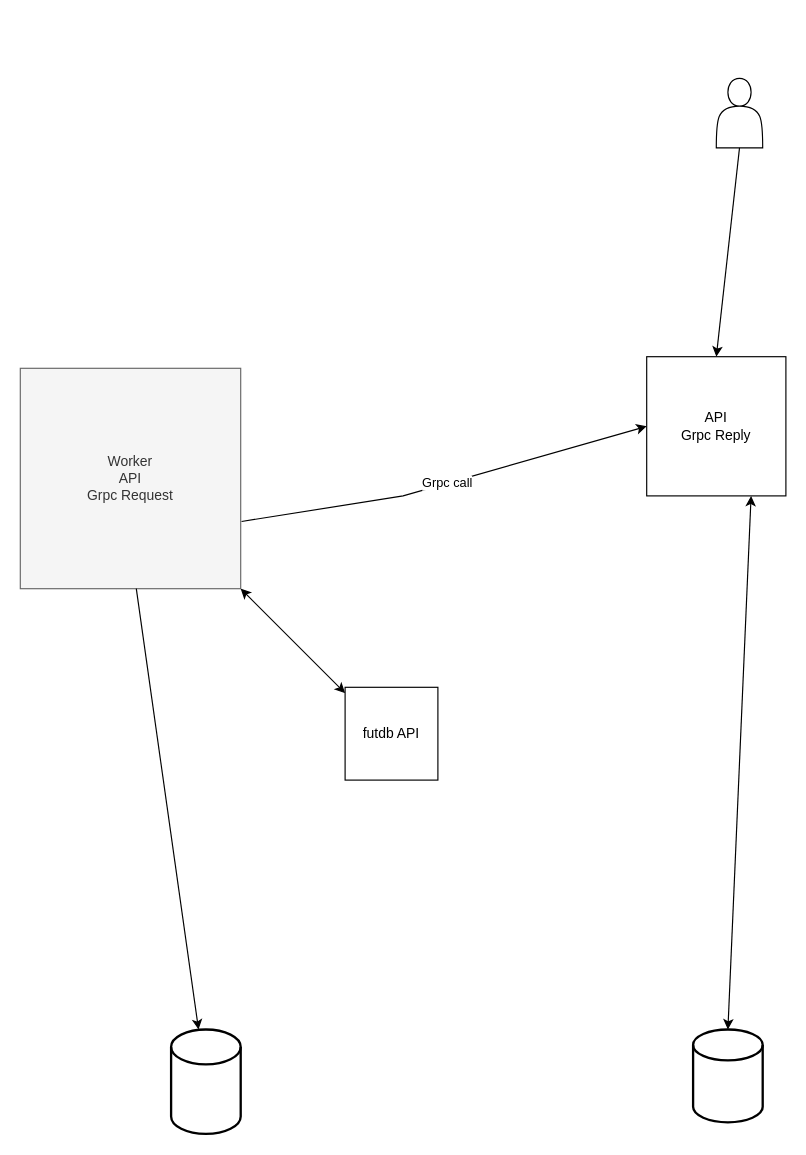
The draw.io diagram Diagrama sem nome.drawio in adhan1983/AOM.FIFA.ManagerPlayer.SolutionFlow, before the edit. Source tidied: cells renumbered, new cells numbered last; positions are measured from the earlier drawing's top-left corner, leaving out a move shared by most shapes. Both pictures are drawn from the tidied source at 116%, with x=0, y=0 at pixel (20, 78).
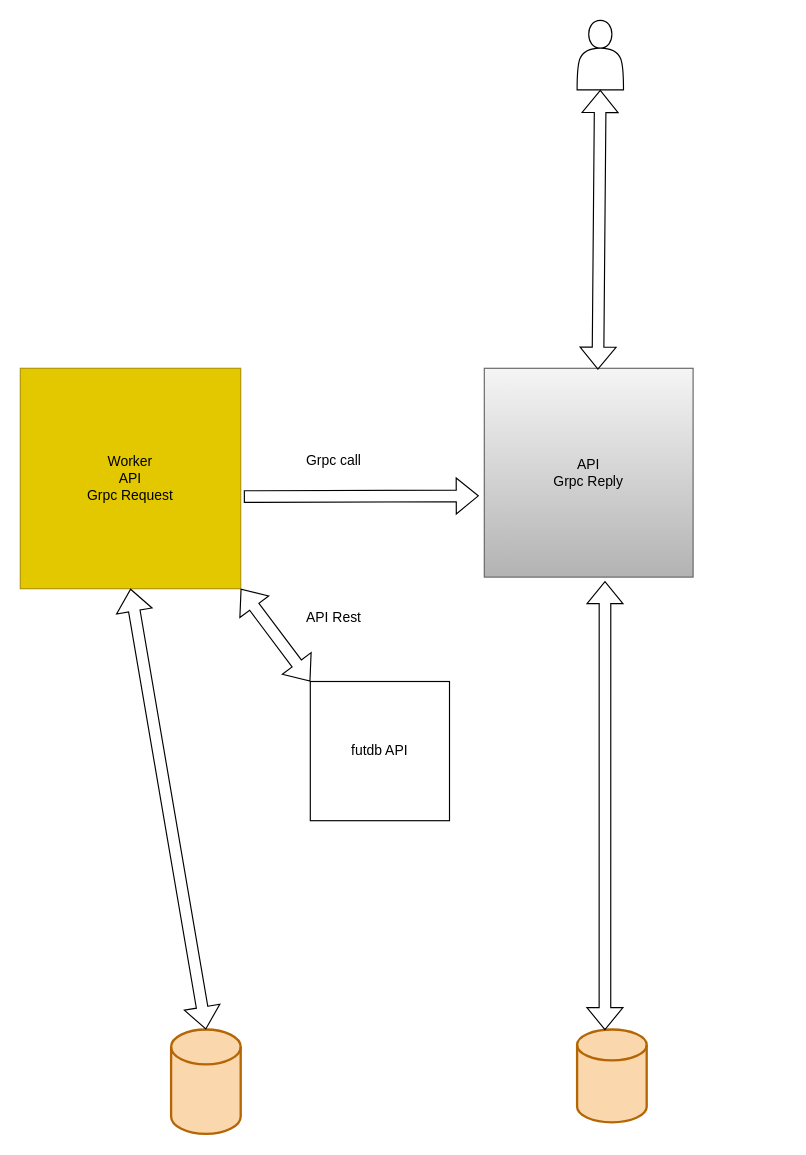
The same page after the edit.

Diff of the diagram source:
```diff
@@
 <mxGraphModel>
   <root>
     <mxCell id="0" />
     <mxCell id="1" parent="0" />
-    <mxCell id="2" style="strokeWidth=2;html=1;shape=mxgraph.flowchart.database;whiteSpace=wrap;" parent="1" vertex="1">
+    <mxCell id="2" style="strokeWidth=2;html=1;shape=mxgraph.flowchart.database;whiteSpace=wrap;fillColor=#fad7ac;strokeColor=#b46504;" parent="1" vertex="1">
       <mxGeometry x="130" y="820" width="60" height="90" as="geometry" />
     </mxCell>
-    <mxCell id="3" style="strokeWidth=2;html=1;shape=mxgraph.flowchart.database;whiteSpace=wrap;" parent="1" vertex="1">
-      <mxGeometry x="580" y="820" width="60" height="80" as="geometry" />
+    <mxCell id="3" style="strokeWidth=2;html=1;shape=mxgraph.flowchart.database;whiteSpace=wrap;fillColor=#fad7ac;strokeColor=#b46504;" parent="1" vertex="1">
+      <mxGeometry x="480" y="820" width="60" height="80" as="geometry" />
     </mxCell>
     <mxCell id="4" style="shape=actor;whiteSpace=wrap;html=1;" parent="1" vertex="1">
-      <mxGeometry x="600" width="40" height="60" as="geometry" />
+      <mxGeometry x="480" y="-50" width="40" height="60" as="geometry" />
     </mxCell>
-    <mxCell id="5" value="Worker&lt;br&gt;API&lt;br&gt;Grpc Request" style="whiteSpace=wrap;html=1;fillColor=#f5f5f5;strokeColor=#666666;fontColor=#333333;" parent="1" vertex="1">
+    <mxCell id="5" value="Worker&lt;br&gt;API&lt;br&gt;Grpc Request" style="whiteSpace=wrap;html=1;fillColor=#e3c800;strokeColor=#B09500;fontColor=#000000;" parent="1" vertex="1">
       <mxGeometry y="250" width="190" height="190" as="geometry" />
     </mxCell>
-    <mxCell id="6" value="API&lt;br&gt;Grpc Reply" style="whiteSpace=wrap;html=1;" parent="1" vertex="1">
-      <mxGeometry x="540" y="240" width="120" height="120" as="geometry" />
+    <mxCell id="6" value="API&lt;br&gt;Grpc Reply" style="whiteSpace=wrap;html=1;fillColor=#f5f5f5;gradientColor=#b3b3b3;strokeColor=#666666;" parent="1" vertex="1">
+      <mxGeometry x="400" y="250" width="180" height="180" as="geometry" />
     </mxCell>
-    <mxCell id="7" style="endArrow=classic;html=1;rounded=0;" parent="1" edge="1" target="2">
-      <mxGeometry relative="1" as="geometry">
-        <mxPoint x="100" y="440" as="sourcePoint" />
-      </mxGeometry>
-    </mxCell>
-    <mxCell id="8" style="endArrow=classic;startArrow=classic;html=1;rounded=0;entryX=1;entryY=1;entryDx=0;entryDy=0;" parent="1" edge="1" target="5">
-      <mxGeometry relative="1" as="geometry">
-        <mxPoint x="280" y="530" as="sourcePoint" />
-      </mxGeometry>
-    </mxCell>
     <mxCell id="9" value="futdb API&lt;br&gt;" style="whiteSpace=wrap;html=1;" parent="1" vertex="1">
-      <mxGeometry x="280" y="525" width="80" height="80" as="geometry" />
+      <mxGeometry x="250" y="520" width="120" height="120" as="geometry" />
     </mxCell>
+    <mxCell id="13" style="shape=flexArrow;endArrow=classic;startArrow=classic;html=1;rounded=0;entryX=0.5;entryY=1;entryDx=0;entryDy=0;exitX=0.5;exitY=0;exitDx=0;exitDy=0;exitPerimeter=0;" parent="1" edge="1" source="2" target="5">
+      <mxGeometry relative="1" as="geometry" />
+    </mxCell>
+    <mxCell id="14" style="shape=flexArrow;endArrow=classic;startArrow=classic;html=1;rounded=0;exitX=0.4;exitY=0.008;exitDx=0;exitDy=0;exitPerimeter=0;entryX=0.578;entryY=1.019;entryDx=0;entryDy=0;entryPerimeter=0;" parent="1" edge="1" source="3" target="6">
+      <mxGeometry relative="1" as="geometry" />
+    </mxCell>
+    <mxCell id="15" style="shape=flexArrow;endArrow=classic;startArrow=classic;html=1;rounded=0;exitX=0;exitY=0;exitDx=0;exitDy=0;entryX=1;entryY=1;entryDx=0;entryDy=0;" parent="1" edge="1" source="9" target="5">
+      <mxGeometry relative="1" as="geometry" />
+    </mxCell>
+    <mxCell id="16" value="API Rest" style="text;html=1;align=center;verticalAlign=middle;strokeColor=none;fillColor=none;" parent="1" vertex="1">
+      <mxGeometry x="235" y="450" width="70" height="30" as="geometry" />
+    </mxCell>
+    <mxCell id="17" style="shape=flexArrow;endArrow=classic;html=1;rounded=0;entryX=-0.026;entryY=0.611;entryDx=0;entryDy=0;entryPerimeter=0;exitX=1.014;exitY=0.582;exitDx=0;exitDy=0;exitPerimeter=0;" parent="1" edge="1" source="5" target="6">
+      <mxGeometry relative="1" as="geometry" />
+    </mxCell>
-    <mxCell id="10" value="Grpc call&lt;br&gt;" style="endArrow=classic;html=1;rounded=0;exitX=1.004;exitY=0.695;exitDx=0;exitDy=0;exitPerimeter=0;entryX=0;entryY=0.5;entryDx=0;entryDy=0;" parent="1" edge="1" source="5" target="6">
-      <mxGeometry relative="1" as="geometry">
-        <Array as="points">
-          <mxPoint x="330" y="360" />
-        </Array>
-      </mxGeometry>
+    <mxCell id="10" value="Grpc call&lt;br&gt;" style="text;html=1;align=center;verticalAlign=middle;strokeColor=none;fillColor=none;" parent="1" vertex="1">
+      <mxGeometry x="235" y="315" width="70" height="30" as="geometry" />
     </mxCell>
-    <mxCell id="11" style="endArrow=classic;html=1;rounded=0;exitX=0.5;exitY=1;exitDx=0;exitDy=0;entryX=0.5;entryY=0;entryDx=0;entryDy=0;" parent="1" edge="1" source="4" target="6">
-      <mxGeometry relative="1" as="geometry" />
-    </mxCell>
-    <mxCell id="12" style="endArrow=classic;startArrow=classic;html=1;rounded=0;exitX=0.5;exitY=0;exitDx=0;exitDy=0;exitPerimeter=0;" parent="1" edge="1" source="3">
-      <mxGeometry relative="1" as="geometry">
-        <mxPoint x="630" y="360" as="targetPoint" />
-      </mxGeometry>
-    </mxCell>
+    <mxCell id="18" style="shape=flexArrow;endArrow=classic;startArrow=classic;html=1;rounded=0;exitX=0.544;exitY=0.007;exitDx=0;exitDy=0;exitPerimeter=0;entryX=0.5;entryY=1;entryDx=0;entryDy=0;" parent="1" edge="1" source="6" target="4">
+      <mxGeometry relative="1" as="geometry" />
+    </mxCell>
   </root>
 </mxGraphModel>
```
